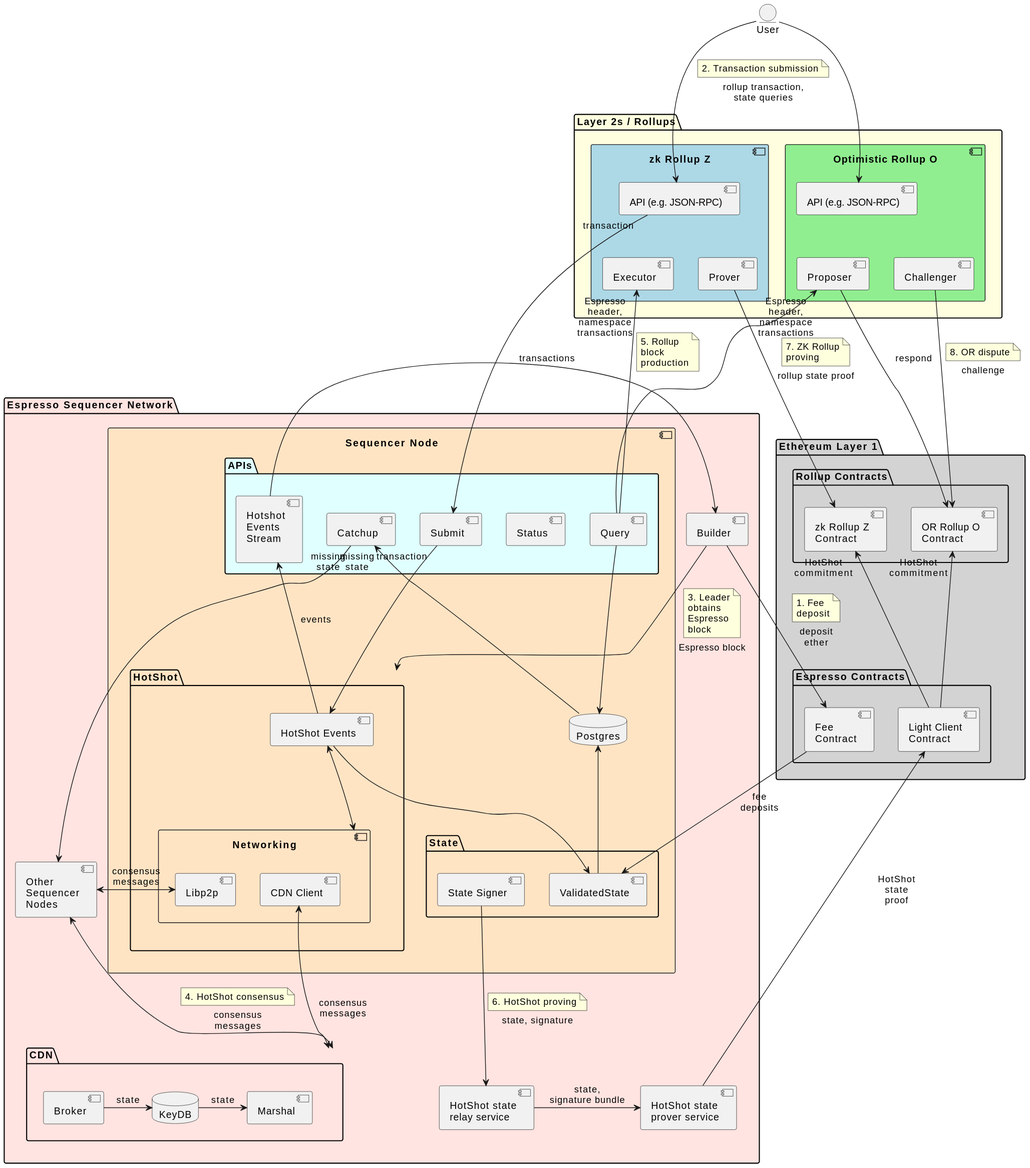
Earlier version of the PlantUML export doc/architecture.svg (EspressoSystems/espresso-sequencer).
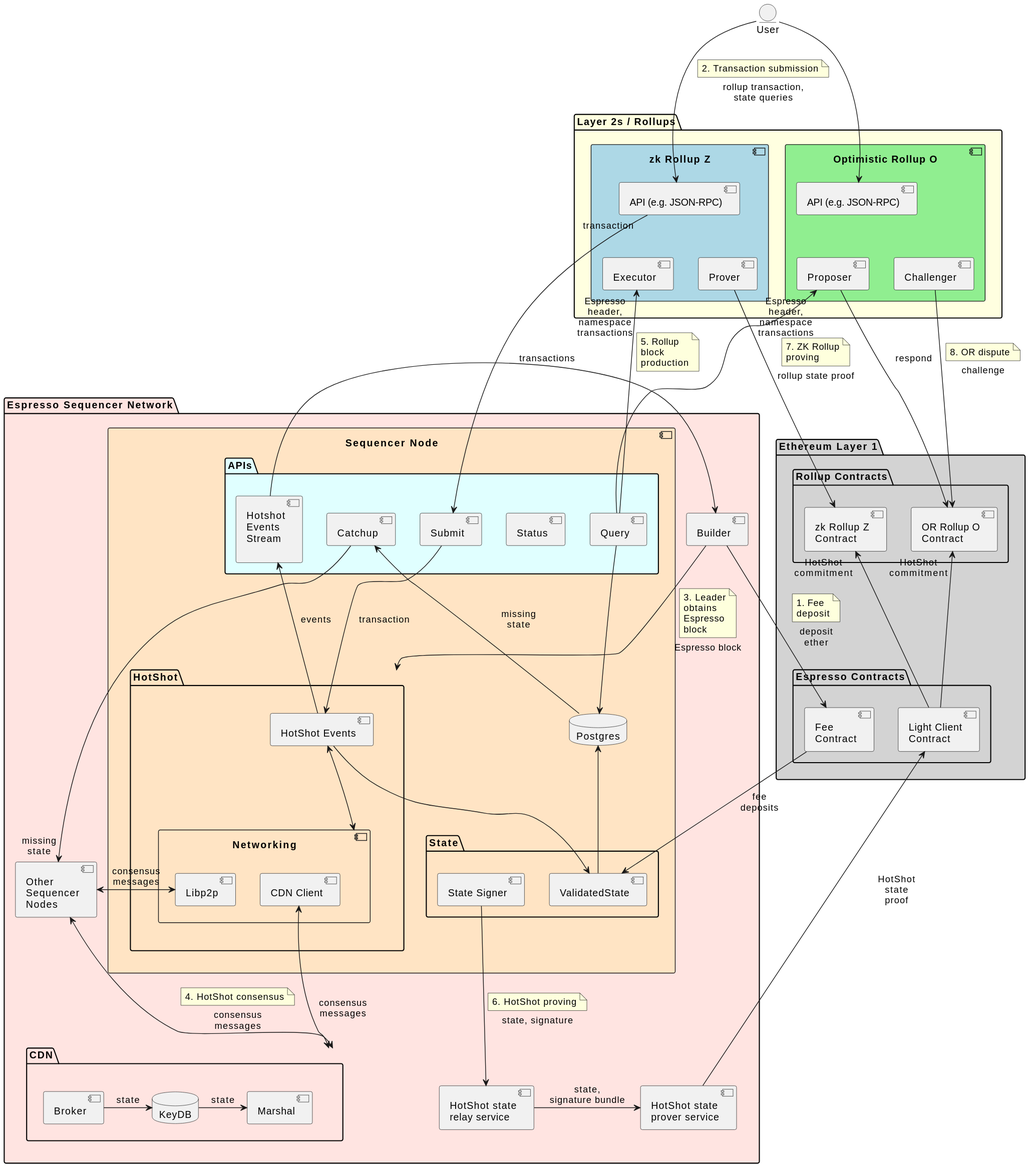
Later version of the same file.

What changed in the source:
```diff
@@ -37,7 +37,7 @@
     component "Builder" as Builder
 }
 
-Nodes <-up- Catchup: " " "missing\nstate"
+Nodes <-up- Catchup: "missing\nstate" " "
 Nodes <-> Libp2p: consensus\nmessages
 "CDN Client" <--> CDN: consensus\nmessages
 Nodes <--> CDN: consensus\nmessages
@@ -66,7 +66,7 @@
 
 Query --> DB
 Validated -up-> DB
-DB --> Catchup: " " "missing\nstate"
+DB --> Catchup: missing\nstate
 
 package "Layer 2s / Rollups" as L2s #LightYellow {
     component "zk Rollup Z" as ZK #LightBlue {
@@ -103,7 +103,7 @@
 User --> OR_RPC
 
 ZK_RPC --> Submit : "transaction" " "
-Submit -> Events: "transaction" " "
+Submit -> Events: transaction
 Query -up-> ZK_Exec : " " "Espresso\nheader,\nnamespace\ntransactions"
 note top of link
     5. Rollup
```
